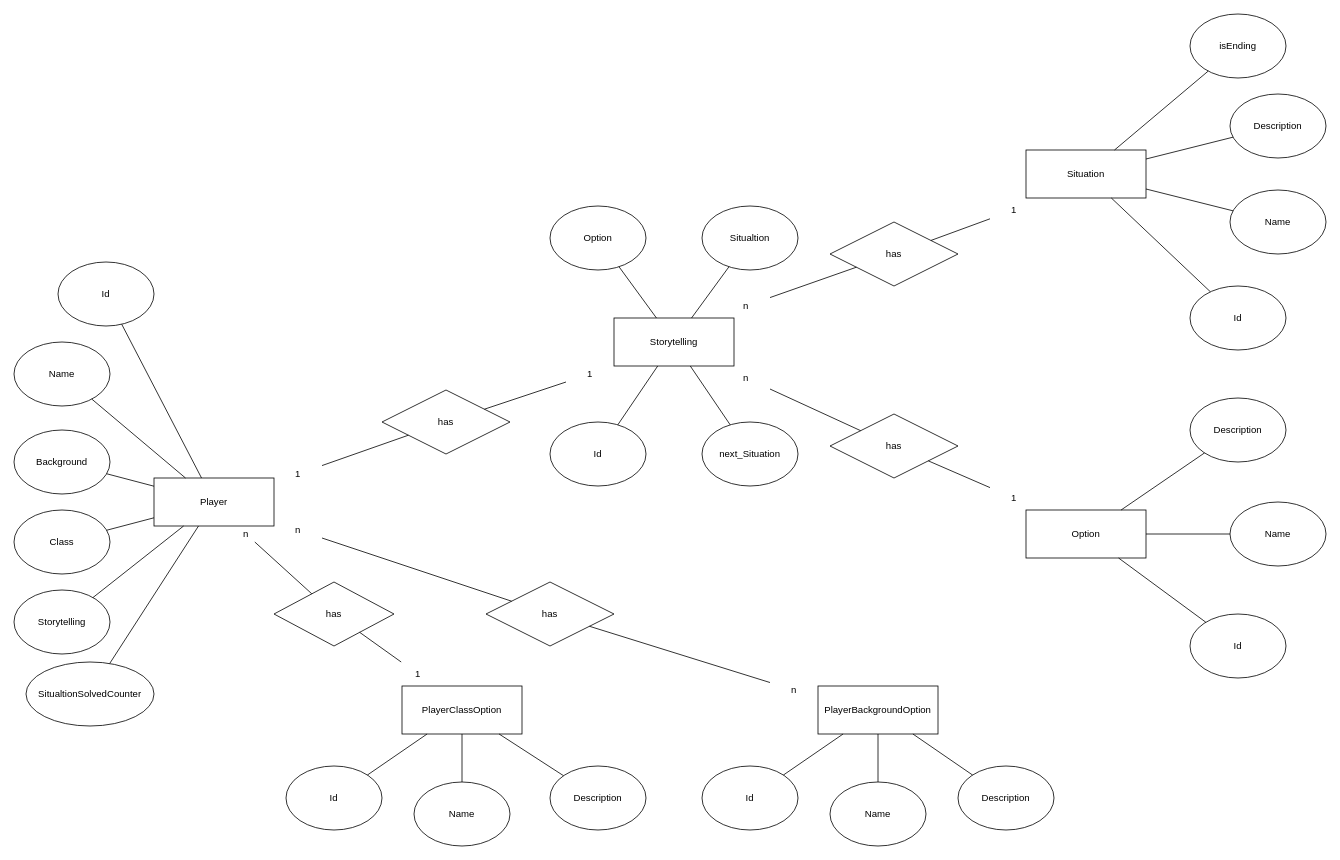
Above: doc/ERM_chen.drawio in marcel-byk9/text_adventure (draw.io), before the change. Source tidied: cells renumbered, new cells numbered last; positions are measured from the earlier drawing's top-left corner, leaving out a move shared by most shapes. Both pictures are drawn from the tidied source at 80%, with x=0, y=0 at pixel (14, 14).
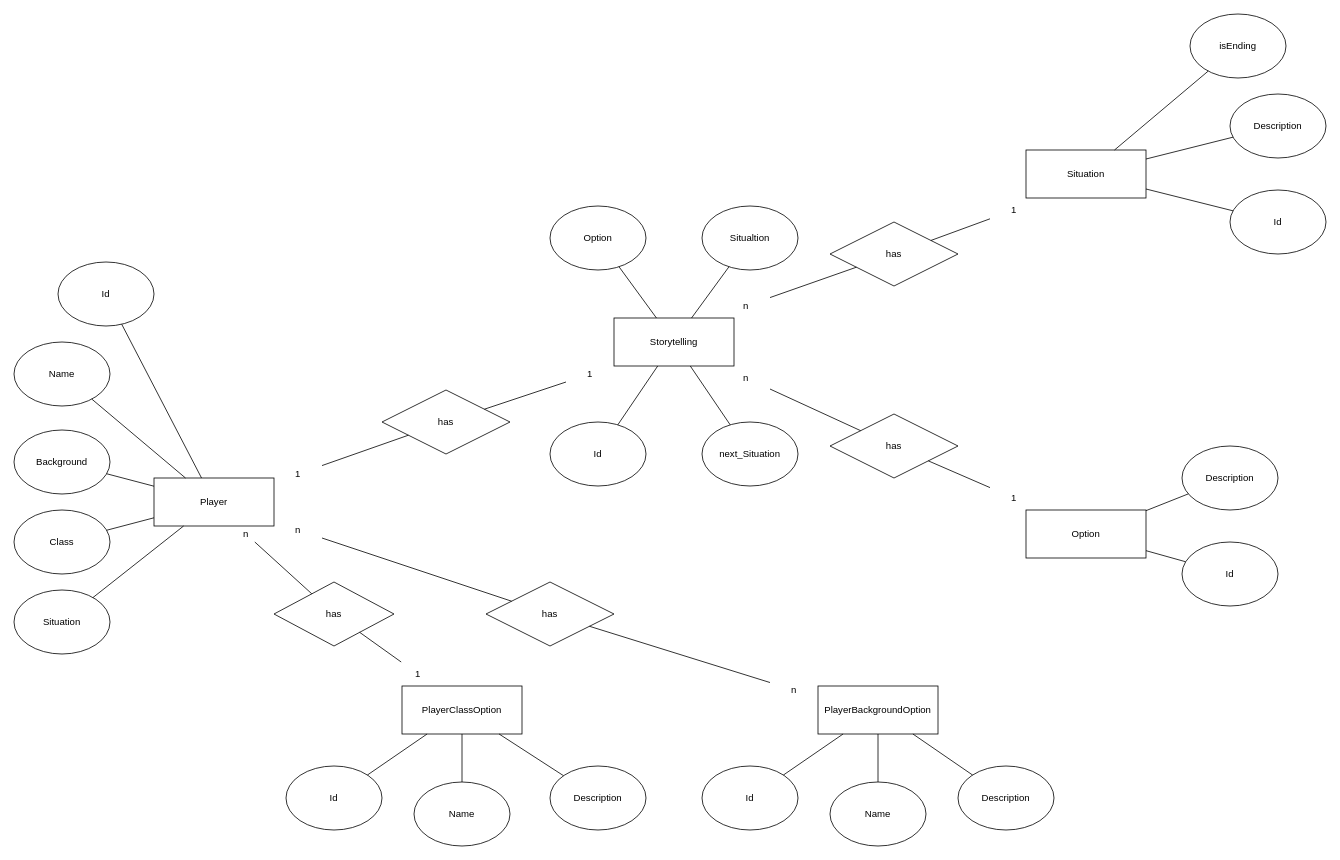
The same page after the edit.

Commit message:
ERM berichtigt

Unchanged cells that the change refers to:
```xml
<mxCell id="2" value="Player" style="rounded=0;whiteSpace=wrap;html=1;" parent="1" vertex="1">
  <mxGeometry x="175" y="580" width="150" height="60" as="geometry" />
</mxCell>
<mxCell id="3" value="Situation" style="rounded=0;whiteSpace=wrap;html=1;" parent="1" vertex="1">
  <mxGeometry x="1265" y="170" width="150" height="60" as="geometry" />
</mxCell>
<mxCell id="27" value="Option" style="rounded=0;whiteSpace=wrap;html=1;" parent="1" vertex="1">
  <mxGeometry x="1265" y="620" width="150" height="60" as="geometry" />
</mxCell>
```

Change to the diagram source:
```diff
@@
     <mxCell id="7" value="Id" style="ellipse;whiteSpace=wrap;html=1;" parent="1" vertex="1">
-      <mxGeometry x="1470" y="340" width="120" height="80" as="geometry" />
+      <mxGeometry x="1520" y="220" width="120" height="80" as="geometry" />
     </mxCell>
@@
-    <mxCell id="10" value="Name" style="ellipse;whiteSpace=wrap;html=1;" parent="1" vertex="1">
-      <mxGeometry x="1520" y="220" width="120" height="80" as="geometry" />
-    </mxCell>
@@
-    <mxCell id="21" value="Storytelling" style="ellipse;whiteSpace=wrap;html=1;" parent="1" vertex="1">
+    <mxCell id="21" value="Situation" style="ellipse;whiteSpace=wrap;html=1;" parent="1" vertex="1">
       <mxGeometry y="720" width="120" height="80" as="geometry" />
     </mxCell>
-    <mxCell id="22" value="SitualtionSolvedCounter" style="ellipse;whiteSpace=wrap;html=1;" parent="1" vertex="1">
-      <mxGeometry x="15" y="810" width="160" height="80" as="geometry" />
-    </mxCell>
@@
     <mxCell id="28" value="Id" style="ellipse;whiteSpace=wrap;html=1;" parent="1" vertex="1">
-      <mxGeometry x="1470" y="750" width="120" height="80" as="geometry" />
+      <mxGeometry x="1460" y="660" width="120" height="80" as="geometry" />
     </mxCell>
-    <mxCell id="29" value="Name" style="ellipse;whiteSpace=wrap;html=1;" parent="1" vertex="1">
-      <mxGeometry x="1520" y="610" width="120" height="80" as="geometry" />
-    </mxCell>
     <mxCell id="30" value="Description" style="ellipse;whiteSpace=wrap;html=1;" parent="1" vertex="1">
-      <mxGeometry x="1470" y="480" width="120" height="80" as="geometry" />
+      <mxGeometry x="1460" y="540" width="120" height="80" as="geometry" />
     </mxCell>
@@
-    <mxCell id="36" style="endArrow=none;html=1;rounded=0;" parent="1" edge="1" source="2" target="22">
-      <mxGeometry relative="1" as="geometry" />
-    </mxCell>
@@
-    <mxCell id="48" style="endArrow=none;html=1;rounded=0;" parent="1" edge="1" source="29" target="27">
-      <mxGeometry relative="1" as="geometry" />
-    </mxCell>
@@
-    <mxCell id="51" style="endArrow=none;html=1;rounded=0;" parent="1" edge="1" source="10" target="3">
-      <mxGeometry relative="1" as="geometry" />
-    </mxCell>
```
